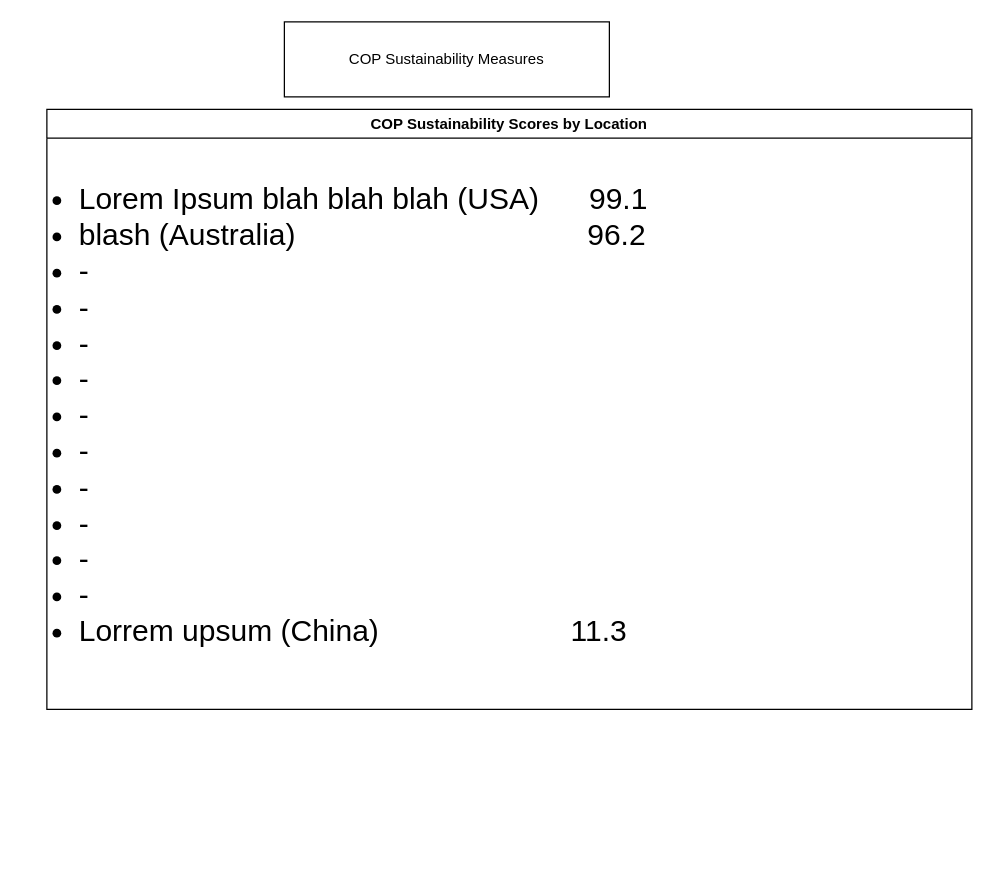
Above: WebsiteInterface.drawio in Rishi-hub/HalfStackDevs_CodeRedGenesis (draw.io), before the change. Source tidied: cells renumbered, new cells numbered last; positions are measured from the earlier drawing's top-left corner, leaving out a move shared by most shapes. Both pictures are drawn from the tidied source at 125%, with x=0, y=0 at pixel (21, 21).
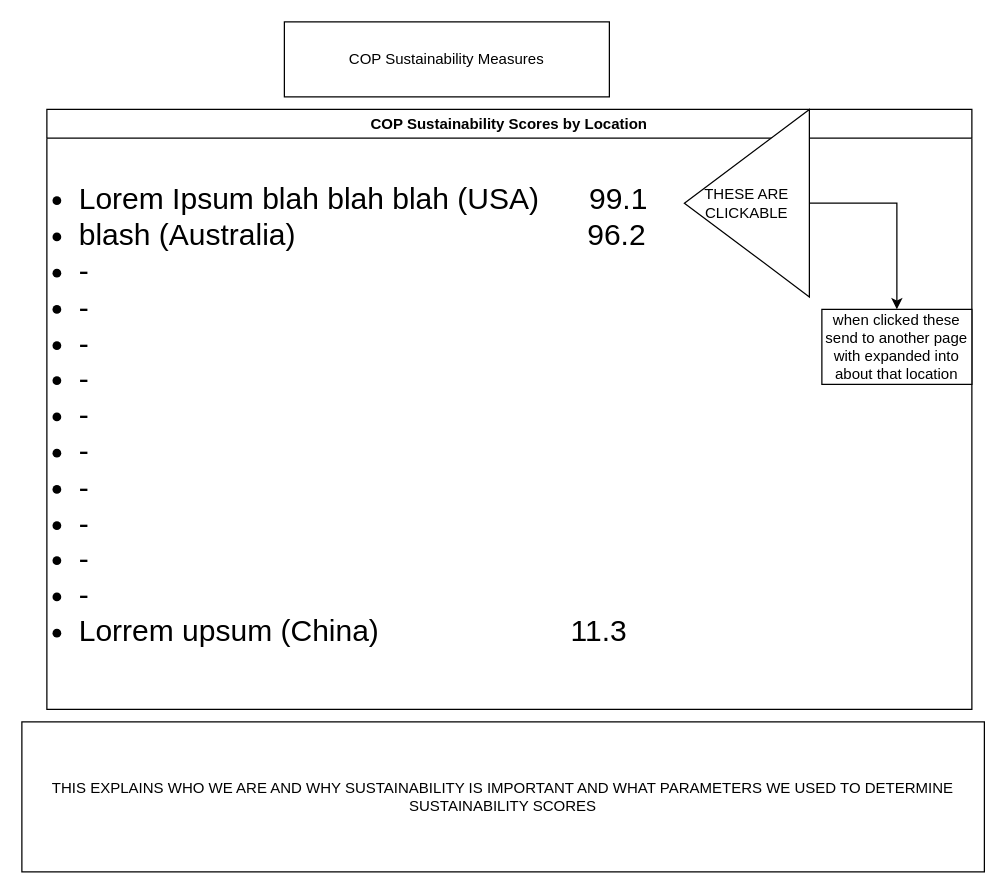
After the change.

Diff of the diagram source:
```diff
@@
 <mxGraphModel>
   <root>
     <mxCell id="0" />
     <mxCell id="1" parent="0" />
     <mxCell id="2" value="COP Sustainability Scores by Location" style="swimlane;whiteSpace=wrap;html=1;" parent="1" vertex="1">
       <mxGeometry x="20" y="70" width="740" height="480" as="geometry" />
     </mxCell>
     <mxCell id="3" value="&lt;ul style=&quot;font-size: 24px;&quot;&gt;&lt;li&gt;Lorem Ipsum blah blah blah (USA)&amp;nbsp; &amp;nbsp; &amp;nbsp; 99.1&lt;/li&gt;&lt;li&gt;blash (Australia)&amp;nbsp; &amp;nbsp; &amp;nbsp; &amp;nbsp; &amp;nbsp; &amp;nbsp; &amp;nbsp; &amp;nbsp; &amp;nbsp; &amp;nbsp; &amp;nbsp; &amp;nbsp; &amp;nbsp; &amp;nbsp; &amp;nbsp; &amp;nbsp; &amp;nbsp; &amp;nbsp;96.2&lt;/li&gt;&lt;li&gt;-&lt;/li&gt;&lt;li&gt;-&lt;/li&gt;&lt;li&gt;-&lt;/li&gt;&lt;li&gt;-&lt;/li&gt;&lt;li&gt;-&lt;/li&gt;&lt;li&gt;-&lt;/li&gt;&lt;li&gt;-&lt;/li&gt;&lt;li&gt;-&lt;/li&gt;&lt;li&gt;-&lt;/li&gt;&lt;li&gt;-&lt;/li&gt;&lt;li&gt;Lorrem upsum (China)&amp;nbsp; &amp;nbsp; &amp;nbsp; &amp;nbsp; &amp;nbsp; &amp;nbsp; &amp;nbsp; &amp;nbsp; &amp;nbsp; &amp;nbsp; &amp;nbsp; &amp;nbsp;11.3&lt;/li&gt;&lt;/ul&gt;" style="text;strokeColor=none;fillColor=none;align=left;verticalAlign=middle;spacingLeft=4;spacingRight=4;overflow=hidden;whiteSpace=wrap;html=1;" parent="2" vertex="1">
       <mxGeometry x="-20" y="20" width="740" height="450" as="geometry" />
     </mxCell>
+    <mxCell id="5" value="THESE ARE CLICKABLE" style="triangle;whiteSpace=wrap;html=1;direction=west;" parent="2" vertex="1">
+      <mxGeometry x="510" width="100" height="150" as="geometry" />
+    </mxCell>
+    <mxCell id="6" value="when clicked these send to another page with expanded into about that location" style="rounded=0;whiteSpace=wrap;html=1;" parent="2" vertex="1">
+      <mxGeometry x="620" y="160" width="120" height="60" as="geometry" />
+    </mxCell>
+    <mxCell id="7" style="edgeStyle=orthogonalEdgeStyle;rounded=0;jettySize=auto;html=1;" parent="2" edge="1" source="5" target="6">
+      <mxGeometry relative="1" as="geometry" />
+    </mxCell>
     <mxCell id="4" value="COP Sustainability Measures" style="rounded=0;whiteSpace=wrap;html=1;" parent="1" vertex="1">
       <mxGeometry x="210" width="260" height="60" as="geometry" />
     </mxCell>
+    <mxCell id="8" value="THIS EXPLAINS WHO WE ARE AND WHY SUSTAINABILITY IS IMPORTANT AND WHAT PARAMETERS WE USED TO DETERMINE SUSTAINABILITY SCORES" style="rounded=0;whiteSpace=wrap;html=1;" parent="1" vertex="1">
+      <mxGeometry y="560" width="770" height="120" as="geometry" />
+    </mxCell>
   </root>
 </mxGraphModel>
```
